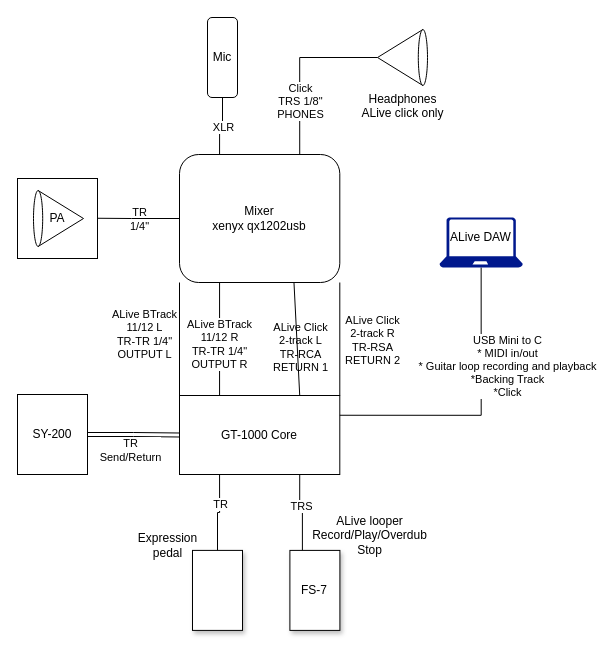
Earlier version of the draw.io diagram live_setup.drawio (7ak/draw.io). Source tidied: cells renumbered, new cells numbered last; positions are measured from the earlier drawing's top-left corner, leaving out a move shared by most shapes. Both pictures are drawn from the tidied source at 100%, with x=0, y=0 at pixel (17, 17).
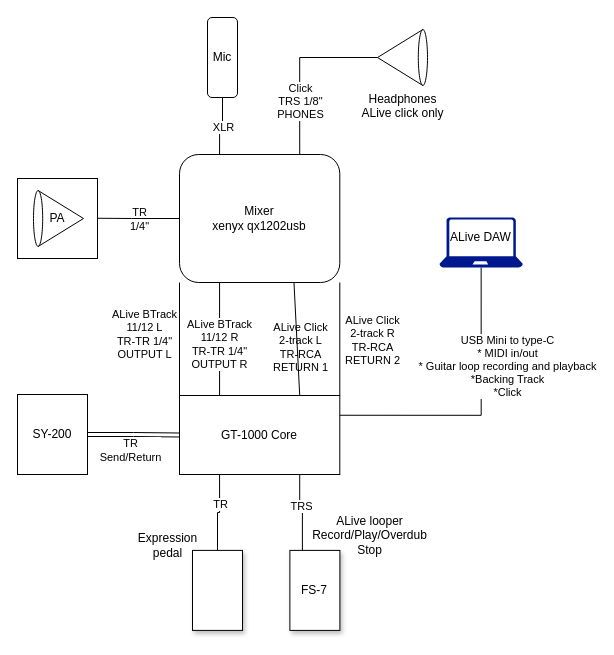
The same diagram, later.

The change refers to these unchanged cells:
```xml
<mxCell id="10" style="edgeStyle=orthogonalEdgeStyle;rounded=0;jettySize=auto;html=1;endArrow=none;endFill=0;entryX=1;entryY=0.25;entryDx=0;entryDy=0;exitX=0.5;exitY=1;exitDx=0;exitDy=0;exitPerimeter=0;" parent="1" edge="1" source="37" target="6">
  <mxGeometry relative="1" as="geometry" />
</mxCell>
<mxCell id="31" style="rounded=0;jettySize=auto;html=1;endArrow=none;endFill=0;exitX=1;exitY=1;exitDx=0;exitDy=0;entryX=1;entryY=0;entryDx=0;entryDy=0;" parent="1" edge="1" source="35" target="6">
  <mxGeometry relative="1" as="geometry" />
</mxCell>
```

What changed in the source:
```diff
@@
-    <mxCell id="11" value="USB Mini to C&lt;br&gt;* MIDI in/out&lt;br&gt;* Guitar loop recording and playback&lt;br&gt;*Backing Track&lt;br&gt;*Click" style="edgeLabel;html=1;align=center;verticalAlign=middle;labelBackgroundColor=default;" parent="10" vertex="1">
+    <mxCell id="11" value="USB Mini to type-C&lt;br&gt;* MIDI in/out&lt;br&gt;* Guitar loop recording and playback&lt;br&gt;*Backing Track&lt;br&gt;*Click" style="edgeLabel;html=1;align=center;verticalAlign=middle;labelBackgroundColor=default;" parent="10" vertex="1">
       <mxGeometry x="-0.39" y="-3" relative="1" as="geometry">
         <mxPoint x="29" y="10" as="offset" />
       </mxGeometry>
     </mxCell>
@@
-    <mxCell id="32" value="ALive Click&lt;br&gt;2-track R&lt;br&gt;&lt;div&gt;TR-RSA&lt;br&gt;RETURN 2&lt;/div&gt;" style="edgeLabel;html=1;align=center;verticalAlign=middle;fontColor=light-dark(#000000,#00CCCC);" parent="31" vertex="1">
+    <mxCell id="32" value="ALive Click&lt;br&gt;2-track R&lt;br&gt;&lt;div&gt;TR-RCA&lt;br&gt;RETURN 2&lt;/div&gt;" style="edgeLabel;html=1;align=center;verticalAlign=middle;fontColor=light-dark(#000000,#00CCCC);" parent="31" vertex="1">
       <mxGeometry x="-0.29" relative="1" as="geometry">
         <mxPoint x="32" y="17" as="offset" />
       </mxGeometry>
     </mxCell>
```
